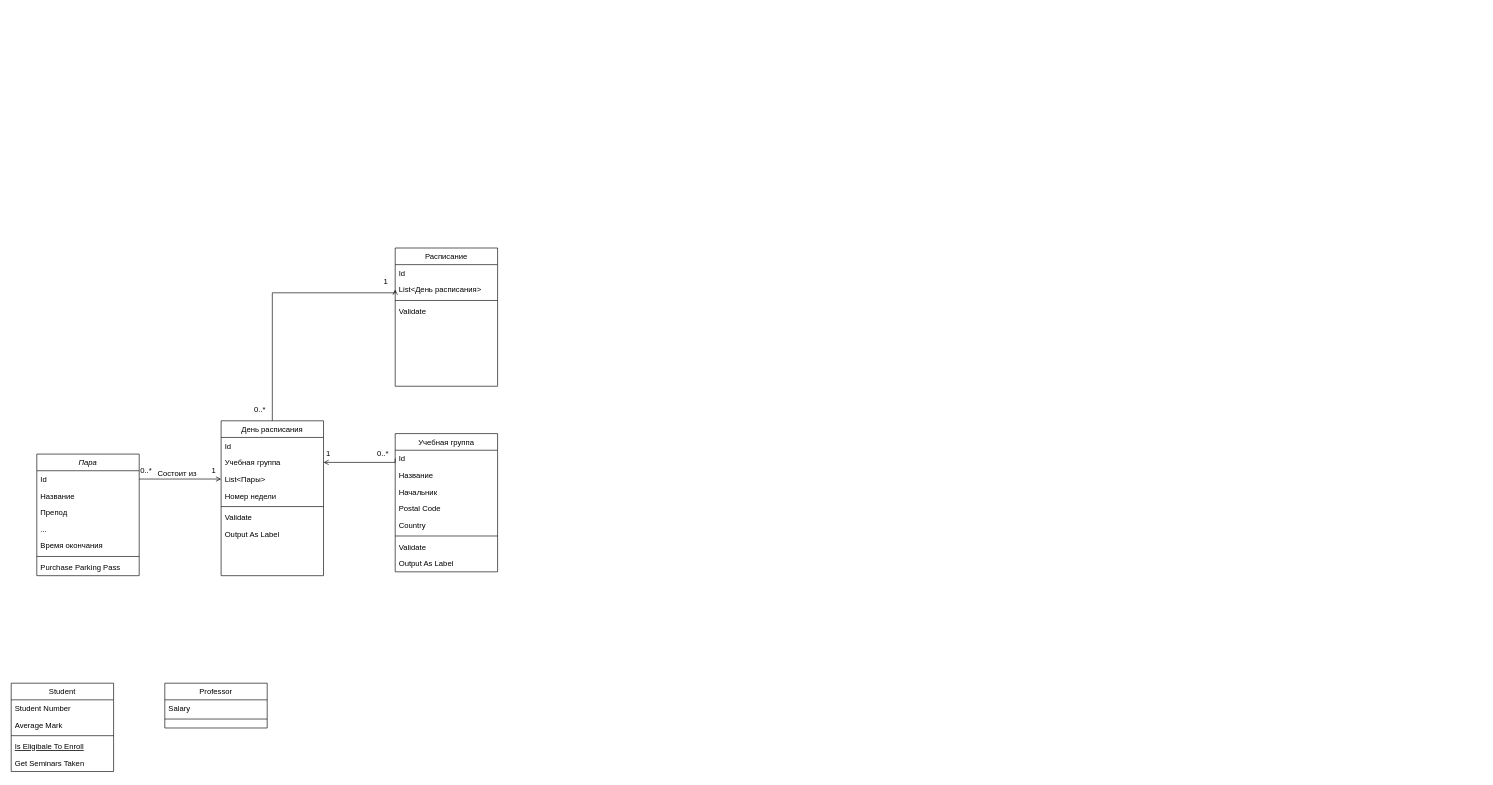
Earlier version of the draw.io diagram diagrams/ClassDiagram.drawio (BytesCrusher/kgtuapp). Source tidied: cells renumbered, new cells numbered last; positions are measured from the earlier drawing's top-left corner, leaving out a move shared by most shapes. Both pictures are drawn from the tidied source at 64%, with x=0, y=0 at pixel (11, 248).
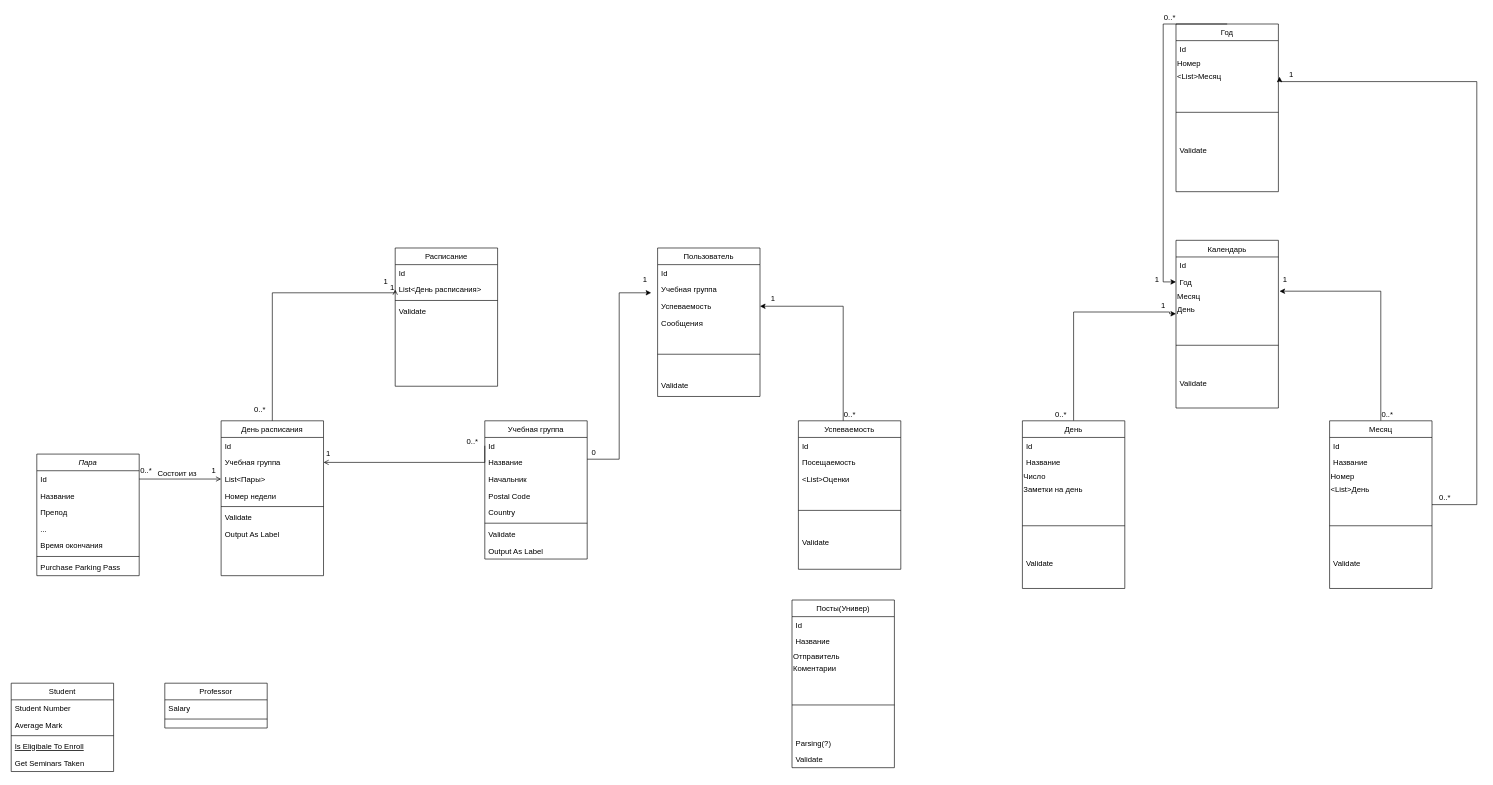
Above is the later version.

Commit message:
Add userClass, dayClass, monthClass, yearClass, adClass

What changed in the source:
```diff
@@
     <mxCell id="31" value="Учебная группа" style="swimlane;fontStyle=0;align=center;verticalAlign=top;horizontal=1;startSize=26;rounded=0;shadow=0;strokeWidth=1;" parent="1" vertex="1">
-      <mxGeometry x="600" y="290" width="160" height="216" as="geometry" />
+      <mxGeometry x="740" y="270" width="160" height="216" as="geometry" />
     </mxCell>
@@
+    <mxCell id="51" value="Пользователь" style="swimlane;fontStyle=0;align=center;verticalAlign=top;horizontal=1;startSize=26;rounded=0;shadow=0;strokeWidth=1;" parent="1" vertex="1">
+      <mxGeometry x="1010" width="160" height="232" as="geometry" />
+    </mxCell>
+    <mxCell id="52" value="Id" style="text;align=left;verticalAlign=top;spacingLeft=4;spacingRight=4;overflow=hidden;" parent="51" vertex="1">
+      <mxGeometry y="26" width="160" height="26" as="geometry" />
+    </mxCell>
+    <mxCell id="53" value="Учебная группа&#10;" style="text;align=left;verticalAlign=top;spacingLeft=4;spacingRight=4;overflow=hidden;" parent="51" vertex="1">
+      <mxGeometry y="52" width="160" height="26" as="geometry" />
+    </mxCell>
+    <mxCell id="54" value="Успеваемость" style="text;align=left;verticalAlign=top;spacingLeft=4;spacingRight=4;overflow=hidden;points=[[0,0.5],[1,0.5]];portConstraint=eastwest;" parent="51" vertex="1">
+      <mxGeometry y="78" width="160" height="26" as="geometry" />
+    </mxCell>
+    <mxCell id="55" value="Сообщения&#10;" style="text;align=left;verticalAlign=top;spacingLeft=4;spacingRight=4;overflow=hidden;" parent="51" vertex="1">
+      <mxGeometry y="104" width="160" height="26" as="geometry" />
+    </mxCell>
+    <mxCell id="56" style="line;html=1;strokeWidth=1;align=left;verticalAlign=middle;spacingTop=-1;spacingLeft=3;spacingRight=3;labelPosition=right;" parent="51" vertex="1">
+      <mxGeometry y="130" width="160" height="72" as="geometry" />
+    </mxCell>
+    <mxCell id="57" value="Validate" style="text;align=left;verticalAlign=top;spacingLeft=4;spacingRight=4;overflow=hidden;" parent="51" vertex="1">
+      <mxGeometry y="202" width="160" height="30" as="geometry" />
+    </mxCell>
+    <mxCell id="58" value="1" style="align=right;verticalAlign=bottom;labelBackgroundColor=none;fontSize=12;" parent="1" vertex="1">
+      <mxGeometry x="600" y="70" as="geometry" />
+    </mxCell>
+    <mxCell id="59" value="Успеваемость" style="swimlane;fontStyle=0;align=center;verticalAlign=top;horizontal=1;startSize=26;rounded=0;shadow=0;strokeWidth=1;" parent="1" vertex="1">
+      <mxGeometry x="1230" y="270" width="160" height="232" as="geometry" />
+    </mxCell>
+    <mxCell id="60" value="Id" style="text;align=left;verticalAlign=top;spacingLeft=4;spacingRight=4;overflow=hidden;" parent="59" vertex="1">
+      <mxGeometry y="26" width="160" height="26" as="geometry" />
+    </mxCell>
+    <mxCell id="61" value="Посещаемость" style="text;align=left;verticalAlign=top;spacingLeft=4;spacingRight=4;overflow=hidden;" parent="59" vertex="1">
+      <mxGeometry y="52" width="160" height="26" as="geometry" />
+    </mxCell>
+    <mxCell id="62" value="&lt;List&gt;Оценки" style="text;align=left;verticalAlign=top;spacingLeft=4;spacingRight=4;overflow=hidden;" parent="59" vertex="1">
+      <mxGeometry y="78" width="160" height="26" as="geometry" />
+    </mxCell>
+    <mxCell id="63" style="line;html=1;strokeWidth=1;align=left;verticalAlign=middle;spacingTop=-1;spacingLeft=3;spacingRight=3;labelPosition=right;" parent="59" vertex="1">
+      <mxGeometry y="104" width="160" height="72" as="geometry" />
+    </mxCell>
+    <mxCell id="64" value="Validate" style="text;align=left;verticalAlign=top;spacingLeft=4;spacingRight=4;overflow=hidden;" parent="59" vertex="1">
+      <mxGeometry y="176" width="160" height="30" as="geometry" />
+    </mxCell>
+    <mxCell id="65" style="endArrow=classic;html=1;rounded=0;" parent="1" edge="1">
+      <mxGeometry relative="1" as="geometry">
+        <mxPoint x="900" y="330" as="sourcePoint" />
+        <mxPoint x="1000" y="70" as="targetPoint" />
+        <Array as="points">
+          <mxPoint x="950" y="330" />
+          <mxPoint x="950" y="70" />
+        </Array>
+      </mxGeometry>
+    </mxCell>
+    <mxCell id="66" value="0" style="text;html=1;align=center;verticalAlign=middle;strokeColor=none;fillColor=none;" parent="1" vertex="1">
+      <mxGeometry x="900" y="310" width="20" height="20" as="geometry" />
+    </mxCell>
+    <mxCell id="67" value="1" style="text;html=1;align=center;verticalAlign=middle;strokeColor=none;fillColor=none;" parent="1" vertex="1">
+      <mxGeometry x="980" y="40" width="20" height="20" as="geometry" />
+    </mxCell>
+    <mxCell id="68" style="endArrow=classic;html=1;rounded=0;entryX=1;entryY=0.5;entryDx=0;entryDy=0;" parent="1" edge="1" target="54">
+      <mxGeometry relative="1" as="geometry">
+        <mxPoint x="1300" y="270" as="sourcePoint" />
+        <Array as="points">
+          <mxPoint x="1300" y="91" />
+        </Array>
+      </mxGeometry>
+    </mxCell>
+    <mxCell id="69" value="0..*" style="text;html=1;align=center;verticalAlign=middle;strokeColor=none;fillColor=none;" parent="1" vertex="1">
+      <mxGeometry x="1295" y="250" width="30" height="20" as="geometry" />
+    </mxCell>
+    <mxCell id="70" value="1" style="text;html=1;align=center;verticalAlign=middle;strokeColor=none;fillColor=none;" parent="1" vertex="1">
+      <mxGeometry x="1180" y="70" width="20" height="20" as="geometry" />
+    </mxCell>
+    <mxCell id="71" value="Посты(Универ)" style="swimlane;fontStyle=0;align=center;verticalAlign=top;horizontal=1;startSize=26;rounded=0;shadow=0;strokeWidth=1;" parent="1" vertex="1">
+      <mxGeometry x="1220" y="550" width="160" height="262" as="geometry" />
+    </mxCell>
+    <mxCell id="72" value="Id" style="text;align=left;verticalAlign=top;spacingLeft=4;spacingRight=4;overflow=hidden;" parent="71" vertex="1">
+      <mxGeometry y="26" width="160" height="26" as="geometry" />
+    </mxCell>
+    <mxCell id="73" value="Название" style="text;align=left;verticalAlign=top;spacingLeft=4;spacingRight=4;overflow=hidden;rounded=0;shadow=0;html=0;" parent="71" vertex="1">
+      <mxGeometry y="52" width="160" height="26" as="geometry" />
+    </mxCell>
+    <mxCell id="74" value="Отправитель" style="text;html=1;align=left;verticalAlign=middle;strokeColor=none;fillColor=none;" parent="71" vertex="1">
+      <mxGeometry y="78" width="160" height="20" as="geometry" />
+    </mxCell>
+    <mxCell id="75" value="Коментарии" style="text;html=1;align=left;verticalAlign=middle;strokeColor=none;fillColor=none;" parent="71" vertex="1">
+      <mxGeometry y="98" width="160" height="20" as="geometry" />
+    </mxCell>
+    <mxCell id="76" style="line;html=1;strokeWidth=1;align=left;verticalAlign=middle;spacingTop=-1;spacingLeft=3;spacingRight=3;labelPosition=right;" parent="71" vertex="1">
+      <mxGeometry y="118" width="160" height="92" as="geometry" />
+    </mxCell>
+    <mxCell id="77" value="Parsing(?)" style="text;align=left;verticalAlign=top;spacingLeft=4;spacingRight=4;overflow=hidden;" parent="71" vertex="1">
+      <mxGeometry y="210" width="160" height="26" as="geometry" />
+    </mxCell>
+    <mxCell id="78" value="Validate" style="text;align=left;verticalAlign=top;spacingLeft=4;spacingRight=4;overflow=hidden;" parent="71" vertex="1">
+      <mxGeometry y="236" width="160" height="26" as="geometry" />
+    </mxCell>
+    <mxCell id="79" value="Календарь" style="swimlane;fontStyle=0;align=center;verticalAlign=top;horizontal=1;startSize=26;rounded=0;shadow=0;strokeWidth=1;" parent="1" vertex="1">
+      <mxGeometry x="1820" y="-12" width="160" height="262" as="geometry" />
+    </mxCell>
+    <mxCell id="80" value="Id" style="text;align=left;verticalAlign=top;spacingLeft=4;spacingRight=4;overflow=hidden;" parent="79" vertex="1">
+      <mxGeometry y="26" width="160" height="26" as="geometry" />
+    </mxCell>
+    <mxCell id="81" value="Год" style="text;align=left;verticalAlign=top;spacingLeft=4;spacingRight=4;overflow=hidden;points=[[0,0.5],[1,0.5]];portConstraint=eastwest;rounded=0;shadow=0;html=0;" parent="79" vertex="1">
+      <mxGeometry y="52" width="160" height="26" as="geometry" />
+    </mxCell>
+    <mxCell id="82" value="Месяц" style="text;html=1;align=left;verticalAlign=middle;points=[];strokeColor=none;fillColor=none;" parent="79" vertex="1">
+      <mxGeometry y="78" width="160" height="20" as="geometry" />
+    </mxCell>
+    <mxCell id="83" value="День" style="text;html=1;align=left;verticalAlign=middle;points=[];strokeColor=none;fillColor=none;" parent="79" vertex="1">
+      <mxGeometry y="98" width="160" height="20" as="geometry" />
+    </mxCell>
+    <mxCell id="84" style="line;html=1;strokeWidth=1;align=left;verticalAlign=middle;spacingTop=-1;spacingLeft=3;spacingRight=3;labelPosition=right;" parent="79" vertex="1">
+      <mxGeometry y="118" width="160" height="92" as="geometry" />
+    </mxCell>
+    <mxCell id="85" value="Validate" style="text;align=left;verticalAlign=top;spacingLeft=4;spacingRight=4;overflow=hidden;" parent="79" vertex="1">
+      <mxGeometry y="210" width="160" height="26" as="geometry" />
+    </mxCell>
+    <mxCell id="86" style="edgeStyle=orthogonalEdgeStyle;rounded=0;jettySize=auto;html=1;exitX=0.5;exitY=0;exitDx=0;exitDy=0;entryX=0;entryY=0.842;entryDx=0;entryDy=0;entryPerimeter=0;" parent="1" edge="1" source="87" target="83">
+      <mxGeometry relative="1" as="geometry">
+        <Array as="points">
+          <mxPoint x="1660" y="100" />
+          <mxPoint x="1810" y="100" />
+          <mxPoint x="1810" y="103" />
+        </Array>
+      </mxGeometry>
+    </mxCell>
+    <mxCell id="87" value="День" style="swimlane;fontStyle=0;align=center;verticalAlign=top;horizontal=1;startSize=26;rounded=0;shadow=0;strokeWidth=1;" parent="1" vertex="1">
+      <mxGeometry x="1580" y="270" width="160" height="262" as="geometry" />
+    </mxCell>
+    <mxCell id="88" value="Id" style="text;align=left;verticalAlign=top;spacingLeft=4;spacingRight=4;overflow=hidden;" parent="87" vertex="1">
+      <mxGeometry y="26" width="160" height="26" as="geometry" />
+    </mxCell>
+    <mxCell id="89" value="Название" style="text;align=left;verticalAlign=top;spacingLeft=4;spacingRight=4;overflow=hidden;rounded=0;shadow=0;html=0;" parent="87" vertex="1">
+      <mxGeometry y="52" width="160" height="26" as="geometry" />
+    </mxCell>
+    <mxCell id="90" value="Число" style="text;html=1;align=left;verticalAlign=middle;strokeColor=none;fillColor=none;" parent="87" vertex="1">
+      <mxGeometry y="78" width="160" height="20" as="geometry" />
+    </mxCell>
+    <mxCell id="91" value="Заметки на день" style="text;html=1;align=left;verticalAlign=middle;strokeColor=none;fillColor=none;" parent="87" vertex="1">
+      <mxGeometry y="98" width="160" height="20" as="geometry" />
+    </mxCell>
+    <mxCell id="92" style="line;html=1;strokeWidth=1;align=left;verticalAlign=middle;spacingTop=-1;spacingLeft=3;spacingRight=3;labelPosition=right;" parent="87" vertex="1">
+      <mxGeometry y="118" width="160" height="92" as="geometry" />
+    </mxCell>
+    <mxCell id="93" value="Validate" style="text;align=left;verticalAlign=top;spacingLeft=4;spacingRight=4;overflow=hidden;" parent="87" vertex="1">
+      <mxGeometry y="210" width="160" height="26" as="geometry" />
+    </mxCell>
+    <mxCell id="94" style="edgeStyle=orthogonalEdgeStyle;rounded=0;jettySize=auto;html=1;entryX=1.011;entryY=0.074;entryDx=0;entryDy=0;entryPerimeter=0;" parent="1" edge="1" source="96" target="82">
+      <mxGeometry relative="1" as="geometry">
+        <Array as="points">
+          <mxPoint x="2140" y="67" />
+        </Array>
+      </mxGeometry>
+    </mxCell>
+    <mxCell id="95" style="edgeStyle=orthogonalEdgeStyle;rounded=0;jettySize=auto;html=1;entryX=1.011;entryY=0.516;entryDx=0;entryDy=0;entryPerimeter=0;" parent="1" edge="1" source="96" target="110">
+      <mxGeometry relative="1" as="geometry">
+        <Array as="points">
+          <mxPoint x="2290" y="401" />
+          <mxPoint x="2290" y="-260" />
+          <mxPoint x="1982" y="-260" />
+        </Array>
+      </mxGeometry>
+    </mxCell>
+    <mxCell id="96" value="Месяц" style="swimlane;fontStyle=0;align=center;verticalAlign=top;horizontal=1;startSize=26;rounded=0;shadow=0;strokeWidth=1;" parent="1" vertex="1">
+      <mxGeometry x="2060" y="270" width="160" height="262" as="geometry" />
+    </mxCell>
+    <mxCell id="97" value="Id" style="text;align=left;verticalAlign=top;spacingLeft=4;spacingRight=4;overflow=hidden;" parent="96" vertex="1">
+      <mxGeometry y="26" width="160" height="26" as="geometry" />
+    </mxCell>
+    <mxCell id="98" value="Название" style="text;align=left;verticalAlign=top;spacingLeft=4;spacingRight=4;overflow=hidden;rounded=0;shadow=0;html=0;" parent="96" vertex="1">
+      <mxGeometry y="52" width="160" height="26" as="geometry" />
+    </mxCell>
+    <mxCell id="99" value="Номер" style="text;html=1;align=left;verticalAlign=middle;strokeColor=none;fillColor=none;" parent="96" vertex="1">
+      <mxGeometry y="78" width="160" height="20" as="geometry" />
+    </mxCell>
+    <mxCell id="100" value="&amp;lt;List&amp;gt;День" style="text;html=1;align=left;verticalAlign=middle;strokeColor=none;fillColor=none;" parent="96" vertex="1">
+      <mxGeometry y="98" width="160" height="20" as="geometry" />
+    </mxCell>
+    <mxCell id="101" style="line;html=1;strokeWidth=1;align=left;verticalAlign=middle;spacingTop=-1;spacingLeft=3;spacingRight=3;labelPosition=right;" parent="96" vertex="1">
+      <mxGeometry y="118" width="160" height="92" as="geometry" />
+    </mxCell>
+    <mxCell id="102" value="Validate" style="text;align=left;verticalAlign=top;spacingLeft=4;spacingRight=4;overflow=hidden;" parent="96" vertex="1">
+      <mxGeometry y="210" width="160" height="26" as="geometry" />
+    </mxCell>
+    <mxCell id="103" value="0..*" style="text;html=1;align=center;verticalAlign=middle;strokeColor=none;fillColor=none;" parent="1" vertex="1">
+      <mxGeometry x="1625" y="250" width="30" height="20" as="geometry" />
+    </mxCell>
+    <mxCell id="104" value="1" style="text;html=1;align=center;verticalAlign=middle;strokeColor=none;fillColor=none;" parent="1" vertex="1">
+      <mxGeometry x="1790" y="80" width="20" height="20" as="geometry" />
+    </mxCell>
+    <mxCell id="105" value="0..*" style="text;html=1;align=center;verticalAlign=middle;strokeColor=none;fillColor=none;" parent="1" vertex="1">
+      <mxGeometry x="2135" y="250" width="30" height="20" as="geometry" />
+    </mxCell>
+    <mxCell id="106" value="1" style="text;html=1;align=center;verticalAlign=middle;strokeColor=none;fillColor=none;" parent="1" vertex="1">
+      <mxGeometry x="1980" y="40" width="20" height="20" as="geometry" />
+    </mxCell>
+    <mxCell id="107" value="Год" style="swimlane;fontStyle=0;align=center;verticalAlign=top;horizontal=1;startSize=26;rounded=0;shadow=0;strokeWidth=1;" parent="1" vertex="1">
+      <mxGeometry x="1820" y="-350" width="160" height="262" as="geometry" />
+    </mxCell>
+    <mxCell id="108" value="Id" style="text;align=left;verticalAlign=top;spacingLeft=4;spacingRight=4;overflow=hidden;" parent="107" vertex="1">
+      <mxGeometry y="26" width="160" height="26" as="geometry" />
+    </mxCell>
+    <mxCell id="109" value="Номер" style="text;html=1;align=left;verticalAlign=middle;strokeColor=none;fillColor=none;" parent="107" vertex="1">
+      <mxGeometry y="52" width="160" height="20" as="geometry" />
+    </mxCell>
+    <mxCell id="110" value="&amp;lt;List&amp;gt;Месяц" style="text;html=1;align=left;verticalAlign=middle;points=[];strokeColor=none;fillColor=none;" parent="107" vertex="1">
+      <mxGeometry y="72" width="160" height="20" as="geometry" />
+    </mxCell>
+    <mxCell id="111" style="line;html=1;strokeWidth=1;align=left;verticalAlign=middle;spacingTop=-1;spacingLeft=3;spacingRight=3;labelPosition=right;" parent="107" vertex="1">
+      <mxGeometry y="92" width="160" height="92" as="geometry" />
+    </mxCell>
+    <mxCell id="112" value="Validate" style="text;align=left;verticalAlign=top;spacingLeft=4;spacingRight=4;overflow=hidden;" parent="107" vertex="1">
+      <mxGeometry y="184" width="160" height="26" as="geometry" />
+    </mxCell>
+    <mxCell id="113" style="edgeStyle=orthogonalEdgeStyle;rounded=0;jettySize=auto;html=1;entryX=0;entryY=0.5;entryDx=0;entryDy=0;" parent="1" edge="1" target="81">
+      <mxGeometry relative="1" as="geometry">
+        <mxPoint x="1900" y="-350" as="sourcePoint" />
+        <Array as="points">
+          <mxPoint x="1900" y="-350" />
+          <mxPoint x="1800" y="-350" />
+          <mxPoint x="1800" y="53" />
+        </Array>
+      </mxGeometry>
+    </mxCell>
+    <mxCell id="114" value="0..*" style="text;html=1;align=center;verticalAlign=middle;strokeColor=none;fillColor=none;" parent="1" vertex="1">
+      <mxGeometry x="1795" y="-370" width="30" height="20" as="geometry" />
+    </mxCell>
+    <mxCell id="115" value="1" style="text;html=1;align=center;verticalAlign=middle;strokeColor=none;fillColor=none;" parent="1" vertex="1">
+      <mxGeometry x="1780" y="40" width="20" height="20" as="geometry" />
+    </mxCell>
+    <mxCell id="116" value="0..*" style="text;html=1;align=center;verticalAlign=middle;strokeColor=none;fillColor=none;" parent="1" vertex="1">
+      <mxGeometry x="2225" y="380" width="30" height="20" as="geometry" />
+    </mxCell>
+    <mxCell id="117" value="1" style="text;html=1;align=center;verticalAlign=middle;strokeColor=none;fillColor=none;" parent="1" vertex="1">
+      <mxGeometry x="1990" y="-280" width="20" height="20" as="geometry" />
+    </mxCell>
```
